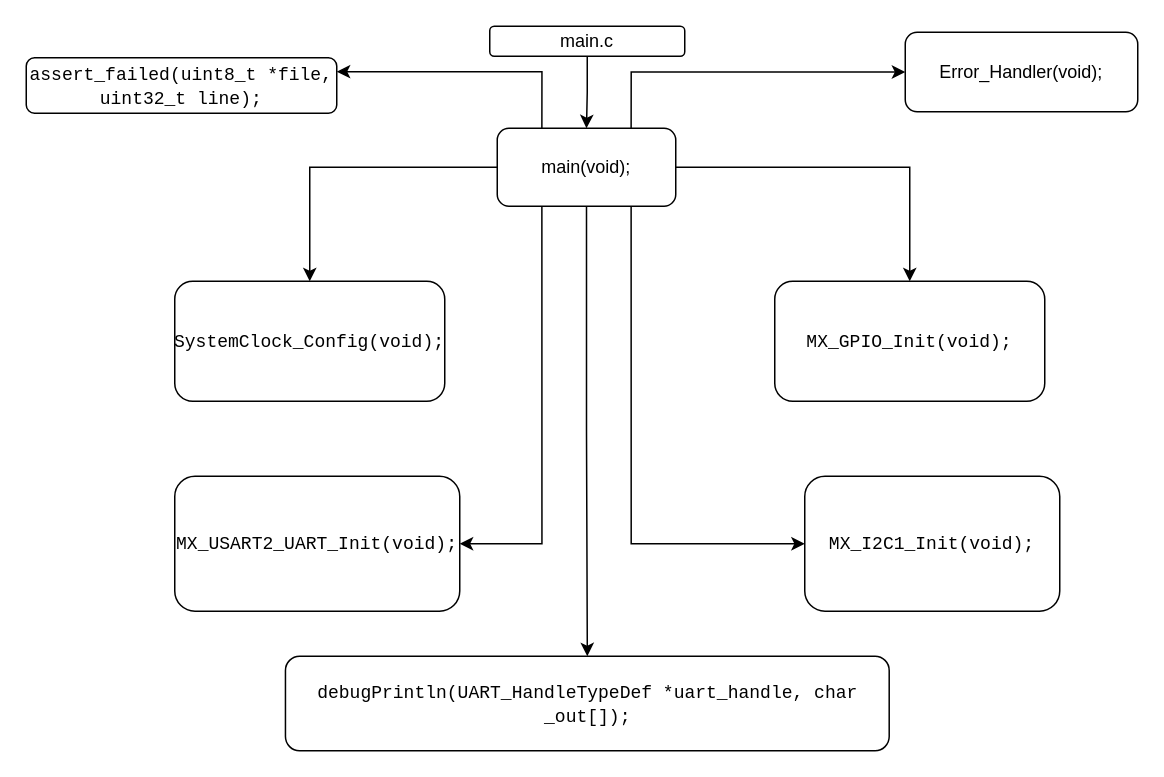
Before: Docs/Untitled Diagram.drawio in LSHSTH002-git/EEE3088F-Project-2022, a draw.io diagram. Source tidied: cells renumbered, new cells numbered last; positions are measured from the earlier drawing's top-left corner, leaving out a move shared by most shapes. Both pictures are drawn from the tidied source at 150%, with x=0, y=0 at pixel (26, 26).
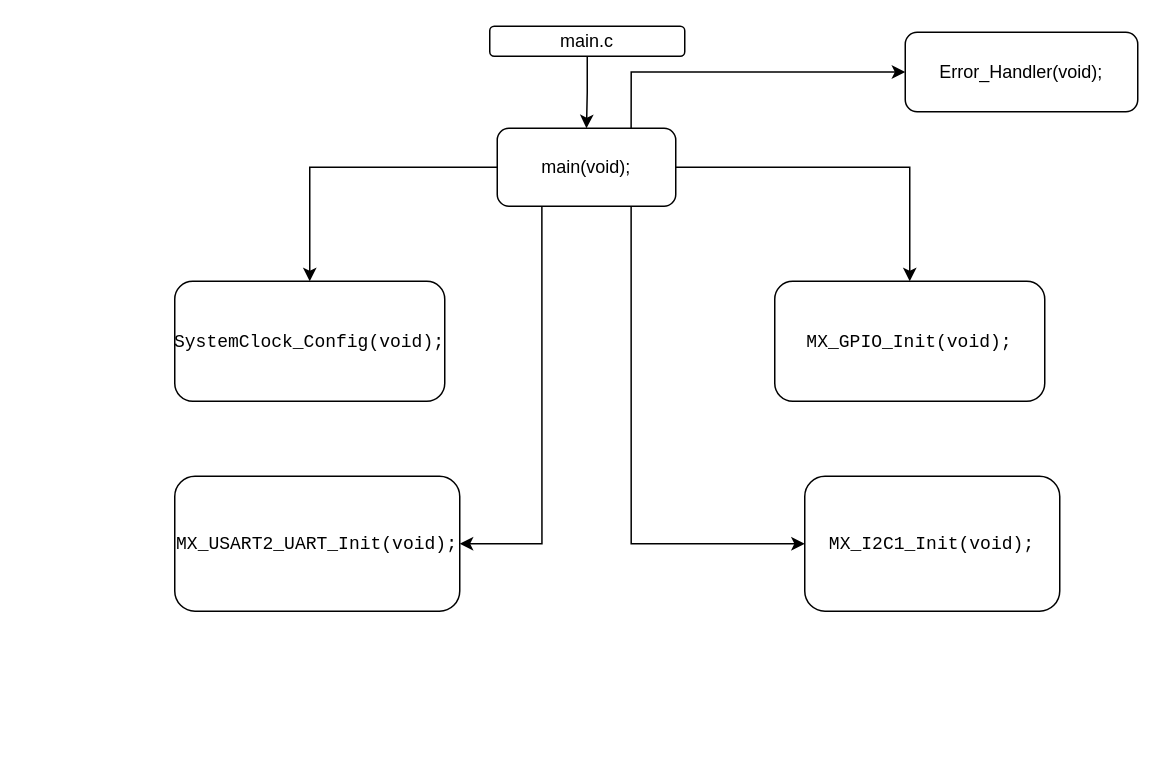
After the change.

Commit message:
Updated Code Structure Diagrams

The edit, as a diff of the source:
```diff
@@
 <mxGraphModel>
   <root>
     <mxCell id="0" />
     <mxCell id="1" parent="0" />
     <mxCell id="2" style="edgeStyle=orthogonalEdgeStyle;rounded=0;jettySize=auto;html=1;" parent="1" edge="1" source="3" target="16">
       <mxGeometry relative="1" as="geometry" />
     </mxCell>
     <mxCell id="3" value="main.c" style="rounded=1;whiteSpace=wrap;html=1;" parent="1" vertex="1">
       <mxGeometry x="309" width="130" height="20" as="geometry" />
     </mxCell>
     <mxCell id="4" value="&lt;code&gt;&lt;span class=&quot;nf&quot;&gt;SystemClock_Config&lt;/span&gt;&lt;span class=&quot;p&quot;&gt;(&lt;/span&gt;&lt;span class=&quot;kt&quot;&gt;void&lt;/span&gt;&lt;span class=&quot;p&quot;&gt;);&lt;/span&gt;&lt;/code&gt;" style="rounded=1;whiteSpace=wrap;html=1;" parent="1" vertex="1">
       <mxGeometry x="99" y="170" width="180" height="80" as="geometry" />
     </mxCell>
     <mxCell id="5" value="&lt;code&gt;&lt;span class=&quot;nf&quot;&gt;MX_GPIO_Init&lt;/span&gt;&lt;span class=&quot;p&quot;&gt;(&lt;/span&gt;&lt;span class=&quot;kt&quot;&gt;void&lt;/span&gt;&lt;span class=&quot;p&quot;&gt;);&lt;/span&gt;&lt;/code&gt;" style="rounded=1;whiteSpace=wrap;html=1;" parent="1" vertex="1">
       <mxGeometry x="499" y="170" width="180" height="80" as="geometry" />
     </mxCell>
     <mxCell id="6" value="&#10;&#10;&lt;code&gt;&lt;span class=&quot;nf&quot;&gt;MX_USART2_UART_Init&lt;/span&gt;&lt;span class=&quot;p&quot;&gt;(&lt;/span&gt;&lt;span class=&quot;kt&quot;&gt;void&lt;/span&gt;&lt;span class=&quot;p&quot;&gt;);&lt;/span&gt;&lt;/code&gt;&#10;&#10;" style="rounded=1;whiteSpace=wrap;html=1;" parent="1" vertex="1">
       <mxGeometry x="99" y="300" width="190" height="90" as="geometry" />
     </mxCell>
     <mxCell id="7" value="&#10;&#10;&lt;code&gt;&lt;span class=&quot;nf&quot;&gt;MX_I2C1_Init&lt;/span&gt;&lt;span class=&quot;p&quot;&gt;(&lt;/span&gt;&lt;span class=&quot;kt&quot;&gt;void&lt;/span&gt;&lt;span class=&quot;p&quot;&gt;);&lt;/span&gt;&lt;/code&gt;&#10;&#10;" style="rounded=1;whiteSpace=wrap;html=1;" parent="1" vertex="1">
       <mxGeometry x="519" y="300" width="170" height="90" as="geometry" />
     </mxCell>
-    <mxCell id="8" value="&lt;code&gt;&lt;span class=&quot;nf&quot;&gt;debugPrintln&lt;/span&gt;&lt;span class=&quot;p&quot;&gt;(&lt;/span&gt;&lt;span class=&quot;n&quot;&gt;UART_HandleTypeDef&lt;/span&gt; &lt;span class=&quot;o&quot;&gt;*&lt;/span&gt;&lt;span class=&quot;n&quot;&gt;uart_handle&lt;/span&gt;&lt;span class=&quot;p&quot;&gt;,&lt;/span&gt; &lt;span class=&quot;kt&quot;&gt;char&lt;/span&gt; &lt;span class=&quot;n&quot;&gt;_out&lt;/span&gt;&lt;span class=&quot;p&quot;&gt;[]);&lt;/span&gt;&lt;/code&gt;" style="rounded=1;whiteSpace=wrap;html=1;" parent="1" vertex="1">
-      <mxGeometry x="172.8" y="420" width="402.5" height="63" as="geometry" />
-    </mxCell>
     <mxCell id="9" style="edgeStyle=orthogonalEdgeStyle;rounded=0;jettySize=auto;html=1;" parent="1" edge="1" source="16" target="4">
       <mxGeometry relative="1" as="geometry" />
     </mxCell>
     <mxCell id="10" style="edgeStyle=orthogonalEdgeStyle;rounded=0;jettySize=auto;html=1;entryX=0.5;entryY=0;entryDx=0;entryDy=0;" parent="1" edge="1" source="16" target="5">
       <mxGeometry relative="1" as="geometry" />
     </mxCell>
     <mxCell id="11" style="edgeStyle=orthogonalEdgeStyle;rounded=0;jettySize=auto;html=1;exitX=0.75;exitY=1;exitDx=0;exitDy=0;entryX=0;entryY=0.5;entryDx=0;entryDy=0;" parent="1" edge="1" source="16" target="7">
       <mxGeometry relative="1" as="geometry" />
     </mxCell>
     <mxCell id="12" style="edgeStyle=orthogonalEdgeStyle;rounded=0;jettySize=auto;html=1;exitX=0.25;exitY=1;exitDx=0;exitDy=0;entryX=1;entryY=0.5;entryDx=0;entryDy=0;" parent="1" edge="1" source="16" target="6">
       <mxGeometry relative="1" as="geometry" />
     </mxCell>
-    <mxCell id="13" style="edgeStyle=orthogonalEdgeStyle;rounded=0;jettySize=auto;html=1;entryX=0.5;entryY=0;entryDx=0;entryDy=0;" parent="1" edge="1" source="16" target="8">
-      <mxGeometry relative="1" as="geometry" />
-    </mxCell>
-    <mxCell id="14" style="edgeStyle=orthogonalEdgeStyle;rounded=0;jettySize=auto;html=1;exitX=0.25;exitY=0;exitDx=0;exitDy=0;entryX=1;entryY=0.25;entryDx=0;entryDy=0;" parent="1" edge="1" source="16" target="18">
-      <mxGeometry relative="1" as="geometry" />
-    </mxCell>
     <mxCell id="15" style="edgeStyle=orthogonalEdgeStyle;rounded=0;jettySize=auto;html=1;exitX=0.75;exitY=0;exitDx=0;exitDy=0;entryX=0;entryY=0.5;entryDx=0;entryDy=0;" parent="1" edge="1" source="16" target="17">
       <mxGeometry relative="1" as="geometry" />
     </mxCell>
     <mxCell id="16" value="main(void);" style="rounded=1;whiteSpace=wrap;html=1;" parent="1" vertex="1">
       <mxGeometry x="314" y="68" width="119" height="52" as="geometry" />
     </mxCell>
     <mxCell id="17" value="Error_Handler(void);" style="rounded=1;whiteSpace=wrap;html=1;" parent="1" vertex="1">
       <mxGeometry x="586" y="4" width="155" height="53" as="geometry" />
     </mxCell>
-    <mxCell id="18" value="&lt;code&gt;&lt;span class=&quot;nf&quot;&gt;assert_failed&lt;/span&gt;&lt;span class=&quot;p&quot;&gt;(&lt;/span&gt;&lt;span class=&quot;kt&quot;&gt;uint8_t&lt;/span&gt; &lt;span class=&quot;o&quot;&gt;*&lt;/span&gt;&lt;span class=&quot;n&quot;&gt;file&lt;/span&gt;&lt;span class=&quot;p&quot;&gt;,&lt;/span&gt; &lt;span class=&quot;kt&quot;&gt;uint32_t&lt;/span&gt; &lt;span class=&quot;n&quot;&gt;line&lt;/span&gt;&lt;span class=&quot;p&quot;&gt;);&lt;/span&gt;&lt;/code&gt;" style="rounded=1;whiteSpace=wrap;html=1;" parent="1" vertex="1">
-      <mxGeometry y="21" width="207" height="37" as="geometry" />
-    </mxCell>
   </root>
 </mxGraphModel>
```
